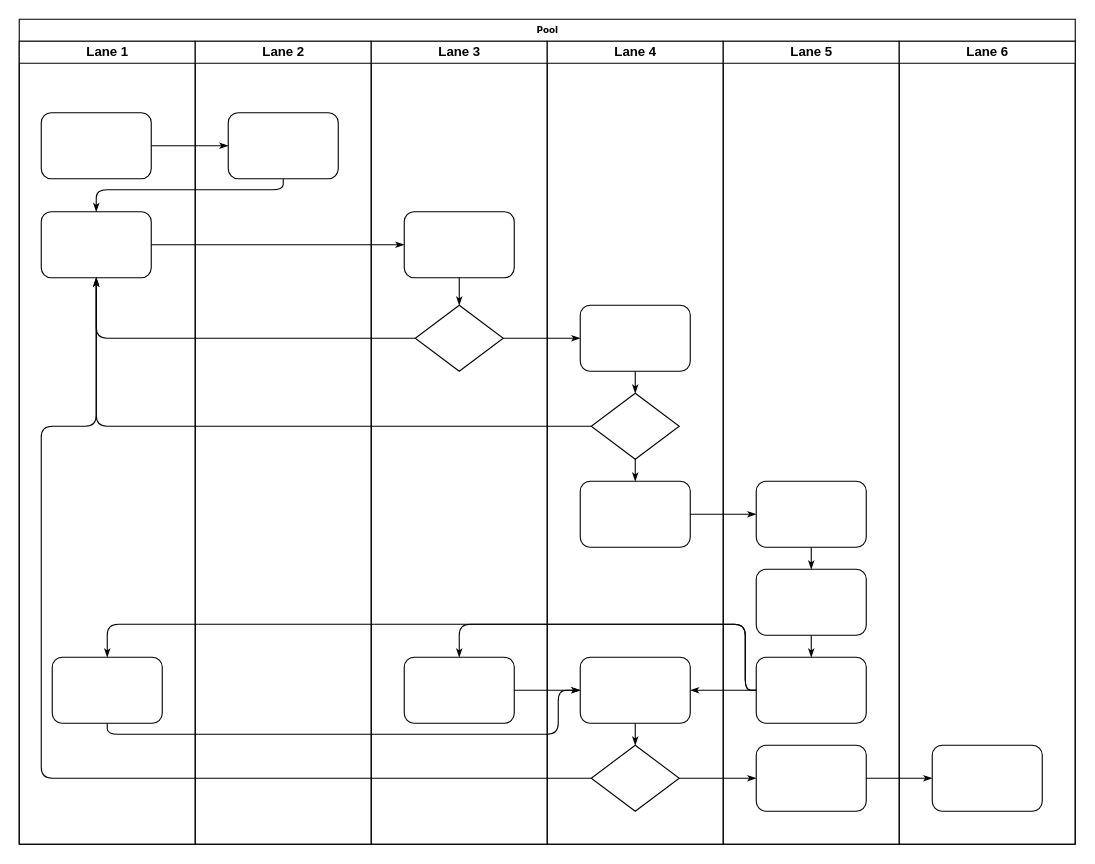
SaturnusGo-tech/tech-qa-flow-charts keeps this draw.io diagram as Untitled Diagram.drawio. Above is the earlier version. Source tidied: cells renumbered, new cells numbered last; positions are measured from the earlier drawing's top-left corner, leaving out a move shared by most shapes. Both pictures are drawn from the tidied source at 110%, with x=0, y=0 at pixel (19, 19).
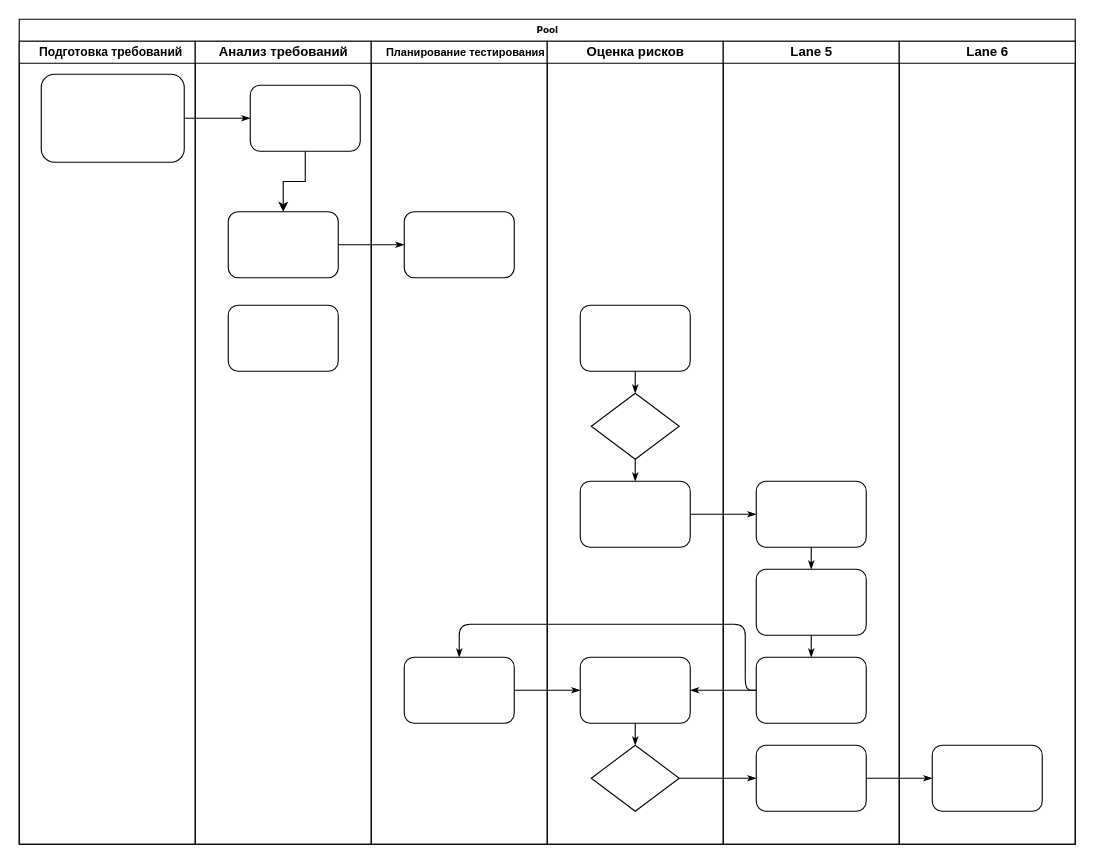
The same diagram, later.

The change refers to these unchanged cells:
```xml
<mxCell id="2" value="Pool" style="swimlane;html=1;startSize=20;rounded=0;shadow=0;labelBackgroundColor=none;strokeWidth=1;fontFamily=Verdana;fontSize=8;align=center;" parent="1" vertex="1">
  <mxGeometry width="960" height="750" as="geometry" />
</mxCell>
<mxCell id="25" style="rounded=1;whiteSpace=wrap;html=1;shadow=0;labelBackgroundColor=none;strokeWidth=1;fontFamily=Verdana;fontSize=8;align=center;" parent="24" vertex="1">
  <mxGeometry x="30" y="155" width="100" height="60" as="geometry" />
</mxCell>
<mxCell id="30" style="rounded=1;whiteSpace=wrap;html=1;shadow=0;labelBackgroundColor=none;strokeWidth=1;fontFamily=Verdana;fontSize=8;align=center;" parent="29" vertex="1">
  <mxGeometry x="30" y="240" width="100" height="60" as="geometry" />
</mxCell>
<mxCell id="31" style="rhombus;whiteSpace=wrap;html=1;rounded=0;shadow=0;labelBackgroundColor=none;strokeWidth=1;fontFamily=Verdana;fontSize=8;align=center;" parent="29" vertex="1">
  <mxGeometry x="40" y="320" width="80" height="60" as="geometry" />
</mxCell>
<mxCell id="33" style="rounded=1;whiteSpace=wrap;html=1;shadow=0;labelBackgroundColor=none;strokeWidth=1;fontFamily=Verdana;fontSize=8;align=center;" parent="29" vertex="1">
  <mxGeometry x="30" y="560" width="100" height="60" as="geometry" />
</mxCell>
<mxCell id="34" style="rhombus;whiteSpace=wrap;html=1;rounded=0;shadow=0;labelBackgroundColor=none;strokeWidth=1;fontFamily=Verdana;fontSize=8;align=center;" parent="29" vertex="1">
  <mxGeometry x="40" y="640" width="80" height="60" as="geometry" />
</mxCell>
<mxCell id="41" style="rounded=1;whiteSpace=wrap;html=1;shadow=0;labelBackgroundColor=none;strokeWidth=1;fontFamily=Verdana;fontSize=8;align=center;" parent="38" vertex="1">
  <mxGeometry x="30" y="560" width="100" height="60" as="geometry" />
</mxCell>
```

What changed in the source:
```diff
@@
-    <mxCell id="3" value="Lane 1" style="swimlane;html=1;startSize=20;" parent="2" vertex="1">
+    <mxCell id="3" value="&lt;font style=&quot;font-size: 11px;&quot;&gt;&amp;nbsp; Подготовка требований&lt;/font&gt;" style="swimlane;html=1;startSize=20;" parent="2" vertex="1">
       <mxGeometry y="20" width="160" height="730" as="geometry" />
     </mxCell>
-    <mxCell id="4" style="rounded=1;whiteSpace=wrap;html=1;shadow=0;labelBackgroundColor=none;strokeWidth=1;fontFamily=Verdana;fontSize=8;align=center;" parent="3" vertex="1">
-      <mxGeometry x="20" y="65" width="100" height="60" as="geometry" />
+    <mxCell id="4" value="&lt;b&gt;&lt;font style=&quot;font-size: 12px;&quot;&gt;&lt;br&gt;&lt;/font&gt;&lt;/b&gt;" style="rounded=1;whiteSpace=wrap;html=1;shadow=0;labelBackgroundColor=none;strokeWidth=1;fontFamily=Verdana;fontSize=8;align=center;" parent="3" vertex="1">
+      <mxGeometry x="20" y="30" width="130" height="80" as="geometry" />
     </mxCell>
-    <mxCell id="5" style="rounded=1;whiteSpace=wrap;html=1;shadow=0;labelBackgroundColor=none;strokeWidth=1;fontFamily=Verdana;fontSize=8;align=center;" parent="3" vertex="1">
-      <mxGeometry x="20" y="155" width="100" height="60" as="geometry" />
-    </mxCell>
-    <mxCell id="6" style="rounded=1;whiteSpace=wrap;html=1;shadow=0;labelBackgroundColor=none;strokeWidth=1;fontFamily=Verdana;fontSize=8;align=center;" parent="3" vertex="1">
-      <mxGeometry x="30" y="560" width="100" height="60" as="geometry" />
-    </mxCell>
@@
-    <mxCell id="8" style="edgeStyle=orthogonalEdgeStyle;rounded=1;html=1;labelBackgroundColor=none;startArrow=none;startFill=0;startSize=5;endArrow=classicThin;endFill=1;endSize=5;jettySize=auto;strokeWidth=1;fontFamily=Verdana;fontSize=8;" parent="2" edge="1" source="23" target="5">
-      <mxGeometry relative="1" as="geometry">
-        <Array as="points">
-          <mxPoint x="240" y="155" />
-          <mxPoint x="70" y="155" />
-        </Array>
-      </mxGeometry>
-    </mxCell>
@@
-    <mxCell id="10" style="edgeStyle=orthogonalEdgeStyle;rounded=1;html=1;labelBackgroundColor=none;startArrow=none;startFill=0;startSize=5;endArrow=classicThin;endFill=1;endSize=5;jettySize=auto;strokeWidth=1;fontFamily=Verdana;fontSize=8;" parent="2" edge="1" source="26" target="5">
-      <mxGeometry relative="1" as="geometry" />
-    </mxCell>
-    <mxCell id="11" style="edgeStyle=orthogonalEdgeStyle;rounded=1;html=1;labelBackgroundColor=none;startArrow=none;startFill=0;startSize=5;endArrow=classicThin;endFill=1;endSize=5;jettySize=auto;strokeWidth=1;fontFamily=Verdana;fontSize=8;" parent="2" edge="1" source="31" target="5">
-      <mxGeometry relative="1" as="geometry" />
-    </mxCell>
-    <mxCell id="12" style="edgeStyle=orthogonalEdgeStyle;rounded=1;html=1;labelBackgroundColor=none;startArrow=none;startFill=0;startSize=5;endArrow=classicThin;endFill=1;endSize=5;jettySize=auto;strokeWidth=1;fontFamily=Verdana;fontSize=8;" parent="2" edge="1" source="34" target="5">
-      <mxGeometry relative="1" as="geometry">
-        <Array as="points">
-          <mxPoint x="20" y="690" />
-          <mxPoint x="20" y="370" />
-          <mxPoint x="70" y="370" />
-        </Array>
-      </mxGeometry>
-    </mxCell>
-    <mxCell id="13" style="edgeStyle=orthogonalEdgeStyle;rounded=1;html=1;labelBackgroundColor=none;startArrow=none;startFill=0;startSize=5;endArrow=classicThin;endFill=1;endSize=5;jettySize=auto;strokeWidth=1;fontFamily=Verdana;fontSize=8;" parent="2" edge="1" source="26" target="30">
-      <mxGeometry relative="1" as="geometry" />
-    </mxCell>
@@
-    <mxCell id="19" style="edgeStyle=orthogonalEdgeStyle;rounded=1;html=1;labelBackgroundColor=none;startArrow=none;startFill=0;startSize=5;endArrow=classicThin;endFill=1;endSize=5;jettySize=auto;strokeWidth=1;fontFamily=Verdana;fontSize=8;" parent="2" edge="1" source="41" target="6">
-      <mxGeometry relative="1" as="geometry">
-        <Array as="points">
-          <mxPoint x="660" y="610" />
-          <mxPoint x="660" y="550" />
-          <mxPoint x="80" y="550" />
-        </Array>
-      </mxGeometry>
-    </mxCell>
-    <mxCell id="20" style="edgeStyle=orthogonalEdgeStyle;rounded=1;html=1;labelBackgroundColor=none;startArrow=none;startFill=0;startSize=5;endArrow=classicThin;endFill=1;endSize=5;jettySize=auto;strokeWidth=1;fontFamily=Verdana;fontSize=8;" parent="2" edge="1" source="6" target="33">
-      <mxGeometry relative="1" as="geometry">
-        <Array as="points">
-          <mxPoint x="80" y="650" />
-          <mxPoint x="490" y="650" />
-          <mxPoint x="490" y="610" />
-        </Array>
-      </mxGeometry>
-    </mxCell>
@@
-    <mxCell id="22" value="Lane 2" style="swimlane;html=1;startSize=20;" parent="2" vertex="1">
+    <mxCell id="22" value="Анализ требований" style="swimlane;html=1;startSize=20;" parent="2" vertex="1">
       <mxGeometry x="160" y="20" width="160" height="730" as="geometry" />
     </mxCell>
+    <mxCell id="8" style="edgeStyle=orthogonalEdgeStyle;rounded=0;jettySize=auto;html=1;" parent="22" edge="1" source="23" target="5">
+      <mxGeometry relative="1" as="geometry" />
+    </mxCell>
     <mxCell id="23" style="rounded=1;whiteSpace=wrap;html=1;shadow=0;labelBackgroundColor=none;strokeWidth=1;fontFamily=Verdana;fontSize=8;align=center;" parent="22" vertex="1">
-      <mxGeometry x="30" y="65" width="100" height="60" as="geometry" />
+      <mxGeometry x="50" y="40" width="100" height="60" as="geometry" />
     </mxCell>
+    <mxCell id="5" style="rounded=1;whiteSpace=wrap;html=1;shadow=0;labelBackgroundColor=none;strokeWidth=1;fontFamily=Verdana;fontSize=8;align=center;" parent="22" vertex="1">
+      <mxGeometry x="30" y="155" width="100" height="60" as="geometry" />
+    </mxCell>
+    <mxCell id="6" style="rounded=1;whiteSpace=wrap;html=1;shadow=0;labelBackgroundColor=none;strokeWidth=1;fontFamily=Verdana;fontSize=8;align=center;" parent="22" vertex="1">
+      <mxGeometry x="30" y="240" width="100" height="60" as="geometry" />
+    </mxCell>
-    <mxCell id="24" value="Lane 3" style="swimlane;html=1;startSize=20;" parent="2" vertex="1">
+    <mxCell id="24" value="&lt;font style=&quot;font-size: 10px;&quot;&gt;&amp;nbsp; &amp;nbsp; Планирование тестирования&lt;/font&gt;" style="swimlane;html=1;startSize=20;" parent="2" vertex="1">
       <mxGeometry x="320" y="20" width="160" height="730" as="geometry" />
     </mxCell>
@@
-    <mxCell id="26" style="rhombus;whiteSpace=wrap;html=1;rounded=0;shadow=0;labelBackgroundColor=none;strokeWidth=1;fontFamily=Verdana;fontSize=8;align=center;" parent="24" vertex="1">
-      <mxGeometry x="40" y="240" width="80" height="60" as="geometry" />
-    </mxCell>
@@
-    <mxCell id="28" style="edgeStyle=orthogonalEdgeStyle;rounded=1;html=1;labelBackgroundColor=none;startArrow=none;startFill=0;startSize=5;endArrow=classicThin;endFill=1;endSize=5;jettySize=auto;strokeWidth=1;fontFamily=Verdana;fontSize=8;" parent="24" edge="1" source="25" target="26">
-      <mxGeometry relative="1" as="geometry" />
-    </mxCell>
-    <mxCell id="29" value="Lane 4" style="swimlane;html=1;startSize=20;" parent="2" vertex="1">
+    <mxCell id="29" value="Оценка рисков" style="swimlane;html=1;startSize=20;" parent="2" vertex="1">
       <mxGeometry x="480" y="20" width="160" height="730" as="geometry" />
     </mxCell>
```
